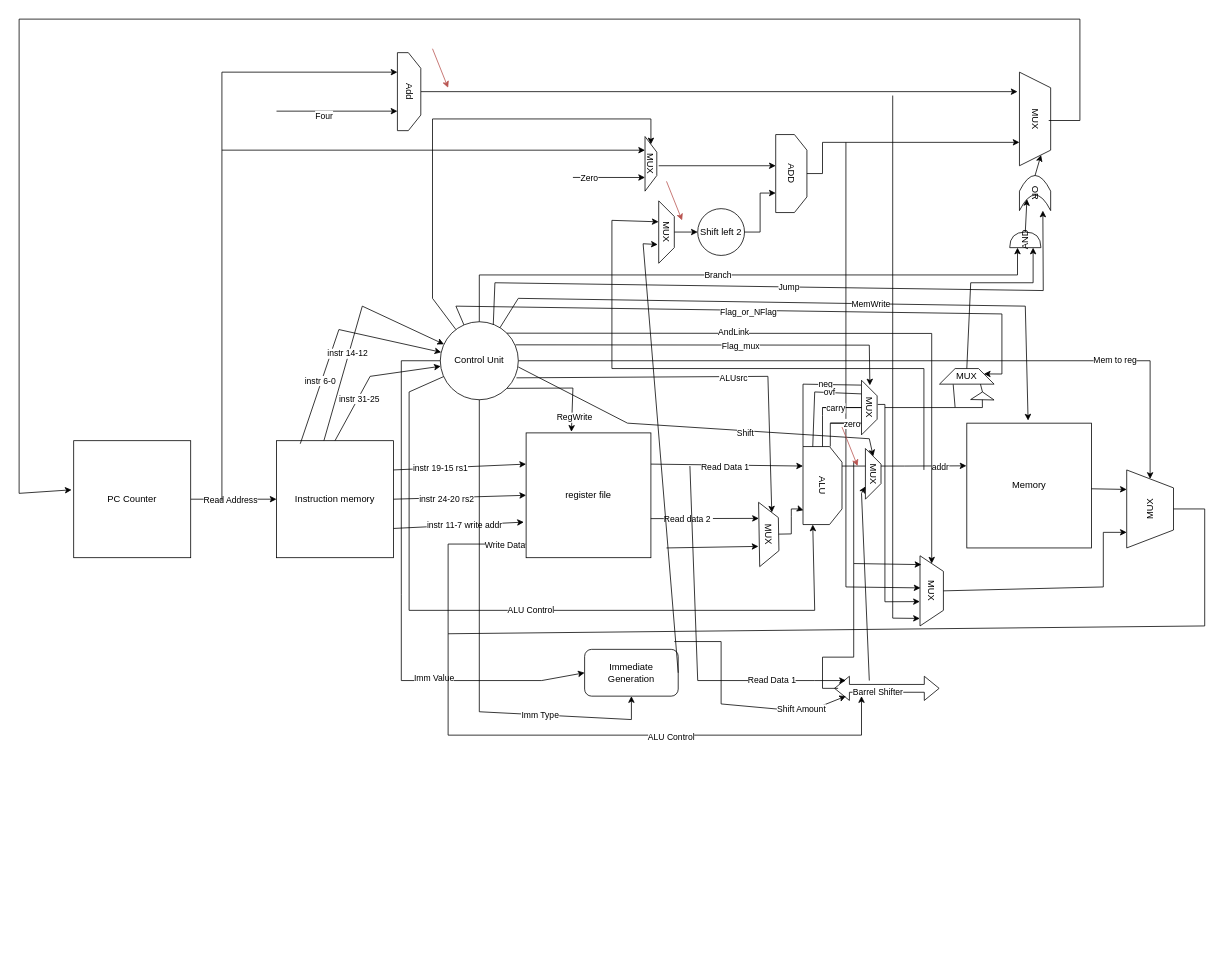
Above: Team Logistic Files/Single-Cycle processor(1).drawio in Swvanny/CPRE_3810_B3 (draw.io), before the change. Source tidied: cells renumbered, new cells numbered last; positions are measured from the earlier drawing's top-left corner, leaving out a move shared by most shapes. Both pictures are drawn from the tidied source at 78%, with x=0, y=0 at pixel (19, 19).
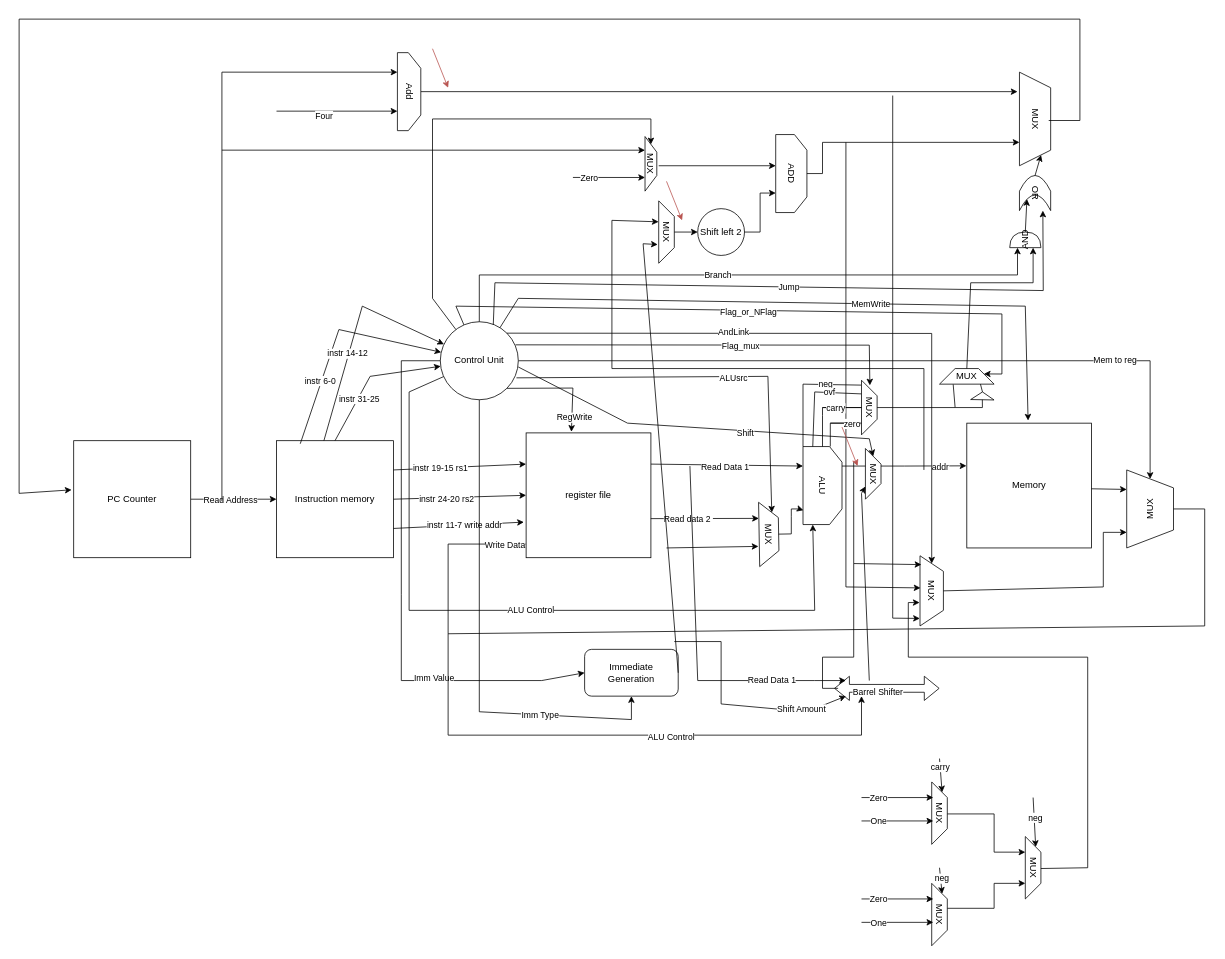
The same page after the edit.

Commit message:
actual updated model

Unchanged cells that the change refers to:
```xml
<mxCell id="47" value="MUX" style="shape=trapezoid;perimeter=trapezoidPerimeter;whiteSpace=wrap;html=1;fixedSize=1;rotation=90;" parent="1" vertex="1">
  <mxGeometry x="1125" y="718" width="90" height="30" as="geometry" />
</mxCell>
<mxCell id="58" value="MUX" style="shape=trapezoid;perimeter=trapezoidPerimeter;whiteSpace=wrap;html=1;fixedSize=1;rotation=90;" parent="1" vertex="1">
  <mxGeometry x="1055" y="488" width="70" height="20" as="geometry" />
</mxCell>
<mxCell id="74" value="MUX" style="shape=trapezoid;perimeter=trapezoidPerimeter;whiteSpace=wrap;html=1;fixedSize=1;" parent="1" vertex="1">
  <mxGeometry x="1180" y="448" width="70" height="20" as="geometry" />
</mxCell>
```

The edit, as a diff of the source:
```diff
@@
-    <mxCell id="61" style="endArrow=classic;html=1;rounded=0;exitX=0.443;exitY=-0.04;exitDx=0;exitDy=0;exitPerimeter=0;entryX=0.653;entryY=1.007;entryDx=0;entryDy=0;entryPerimeter=0;" parent="1" edge="1" source="58" target="47">
-      <mxGeometry relative="1" as="geometry">
-        <Array as="points">
-          <mxPoint x="1110" y="494" />
-          <mxPoint x="1110" y="747" />
-        </Array>
-      </mxGeometry>
-    </mxCell>
@@
-    <mxCell id="73" style="endArrow=none;html=1;rounded=0;entryX=0.25;entryY=1;entryDx=0;entryDy=0;" parent="1" edge="1" target="74">
+    <mxCell id="73" style="endArrow=none;html=1;rounded=0;entryX=0.25;entryY=1;entryDx=0;entryDy=0;exitX=0.5;exitY=0;exitDx=0;exitDy=0;" parent="1" edge="1" source="58" target="74">
       <mxGeometry relative="1" as="geometry">
-        <mxPoint x="1110" y="498" as="sourcePoint" />
         <Array as="points">
           <mxPoint x="1200" y="498" />
         </Array>
       </mxGeometry>
     </mxCell>
@@
+    <mxCell id="126" value="MUX" style="shape=trapezoid;perimeter=trapezoidPerimeter;whiteSpace=wrap;html=1;fixedSize=1;rotation=90;" parent="1" vertex="1">
+      <mxGeometry x="1140" y="1008" width="80" height="20" as="geometry" />
+    </mxCell>
+    <mxCell id="127" value="MUX" style="shape=trapezoid;perimeter=trapezoidPerimeter;whiteSpace=wrap;html=1;fixedSize=1;rotation=90;" parent="1" vertex="1">
+      <mxGeometry x="1260" y="1078" width="80" height="20" as="geometry" />
+    </mxCell>
+    <mxCell id="128" value="MUX" style="shape=trapezoid;perimeter=trapezoidPerimeter;whiteSpace=wrap;html=1;fixedSize=1;rotation=90;" parent="1" vertex="1">
+      <mxGeometry x="1140" y="1138" width="80" height="20" as="geometry" />
+    </mxCell>
+    <mxCell id="129" style="endArrow=classic;html=1;rounded=0;entryX=0.75;entryY=1;entryDx=0;entryDy=0;" parent="1" edge="1">
+      <mxGeometry relative="1" as="geometry">
+        <mxPoint x="1080" y="998" as="sourcePoint" />
+        <mxPoint x="1172" y="998" as="targetPoint" />
+      </mxGeometry>
+    </mxCell>
+    <mxCell id="130" value="Zero" style="edgeLabel;html=1;align=center;verticalAlign=middle;" parent="129" vertex="1">
+      <mxGeometry x="-0.54" relative="1" as="geometry" />
+    </mxCell>
+    <mxCell id="131" style="endArrow=classic;html=1;rounded=0;entryX=0.75;entryY=1;entryDx=0;entryDy=0;" parent="1" edge="1">
+      <mxGeometry relative="1" as="geometry">
+        <mxPoint x="1080" y="1028" as="sourcePoint" />
+        <mxPoint x="1172" y="1028" as="targetPoint" />
+      </mxGeometry>
+    </mxCell>
+    <mxCell id="132" value="One" style="edgeLabel;html=1;align=center;verticalAlign=middle;" parent="131" vertex="1">
+      <mxGeometry x="-0.54" relative="1" as="geometry" />
+    </mxCell>
+    <mxCell id="133" style="endArrow=classic;html=1;rounded=0;entryX=0.75;entryY=1;entryDx=0;entryDy=0;" parent="1" edge="1">
+      <mxGeometry relative="1" as="geometry">
+        <mxPoint x="1080" y="1128" as="sourcePoint" />
+        <mxPoint x="1172" y="1128" as="targetPoint" />
+      </mxGeometry>
+    </mxCell>
+    <mxCell id="134" value="Zero" style="edgeLabel;html=1;align=center;verticalAlign=middle;" parent="133" vertex="1">
+      <mxGeometry x="-0.54" relative="1" as="geometry" />
+    </mxCell>
+    <mxCell id="135" style="endArrow=classic;html=1;rounded=0;entryX=0.75;entryY=1;entryDx=0;entryDy=0;" parent="1" edge="1">
+      <mxGeometry relative="1" as="geometry">
+        <mxPoint x="1080" y="1158" as="sourcePoint" />
+        <mxPoint x="1172" y="1158" as="targetPoint" />
+      </mxGeometry>
+    </mxCell>
+    <mxCell id="136" value="One" style="edgeLabel;html=1;align=center;verticalAlign=middle;" parent="135" vertex="1">
+      <mxGeometry x="-0.54" relative="1" as="geometry" />
+    </mxCell>
+    <mxCell id="137" style="endArrow=classic;html=1;rounded=0;entryX=0;entryY=0.25;entryDx=0;entryDy=0;" parent="1" edge="1" target="126">
+      <mxGeometry relative="1" as="geometry">
+        <mxPoint x="1180" y="948" as="sourcePoint" />
+      </mxGeometry>
+    </mxCell>
+    <mxCell id="138" value="carry" style="edgeLabel;html=1;align=center;verticalAlign=middle;" parent="137" vertex="1">
+      <mxGeometry x="-0.48" relative="1" as="geometry" />
+    </mxCell>
+    <mxCell id="139" style="endArrow=classic;html=1;rounded=0;entryX=0;entryY=0.25;entryDx=0;entryDy=0;" parent="1" edge="1" target="128">
+      <mxGeometry relative="1" as="geometry">
+        <mxPoint x="1180" y="1088" as="sourcePoint" />
+      </mxGeometry>
+    </mxCell>
+    <mxCell id="140" value="neg" style="edgeLabel;html=1;align=center;verticalAlign=middle;" parent="139" vertex="1">
+      <mxGeometry x="-0.17" y="1" relative="1" as="geometry" />
+    </mxCell>
+    <mxCell id="141" style="endArrow=classic;html=1;rounded=0;entryX=0.75;entryY=1;entryDx=0;entryDy=0;" parent="1" edge="1" target="127">
+      <mxGeometry relative="1" as="geometry">
+        <mxPoint x="1190" y="1140" as="sourcePoint" />
+        <Array as="points">
+          <mxPoint x="1250" y="1140" />
+          <mxPoint x="1250" y="1108" />
+        </Array>
+      </mxGeometry>
+    </mxCell>
+    <mxCell id="142" style="endArrow=classic;html=1;rounded=0;entryX=0.25;entryY=1;entryDx=0;entryDy=0;" parent="1" edge="1" target="127">
+      <mxGeometry relative="1" as="geometry">
+        <mxPoint x="1190" y="1019" as="sourcePoint" />
+        <Array as="points">
+          <mxPoint x="1250" y="1019" />
+          <mxPoint x="1250" y="1068" />
+        </Array>
+      </mxGeometry>
+    </mxCell>
+    <mxCell id="143" style="endArrow=classic;html=1;rounded=0;entryX=0.667;entryY=1.017;entryDx=0;entryDy=0;entryPerimeter=0;" parent="1" edge="1" target="47">
+      <mxGeometry relative="1" as="geometry">
+        <mxPoint x="1310" y="1089" as="sourcePoint" />
+        <Array as="points">
+          <mxPoint x="1370" y="1088" />
+          <mxPoint x="1370" y="818" />
+          <mxPoint x="1140" y="818" />
+          <mxPoint x="1140" y="748" />
+        </Array>
+      </mxGeometry>
+    </mxCell>
+    <mxCell id="144" style="endArrow=classic;html=1;rounded=0;entryX=0;entryY=0.25;entryDx=0;entryDy=0;" parent="1" edge="1" target="127">
+      <mxGeometry relative="1" as="geometry">
+        <mxPoint x="1300" y="998" as="sourcePoint" />
+      </mxGeometry>
+    </mxCell>
+    <mxCell id="145" value="neg" style="edgeLabel;html=1;align=center;verticalAlign=middle;" parent="144" vertex="1">
+      <mxGeometry x="-0.17" y="1" relative="1" as="geometry" />
+    </mxCell>
```
